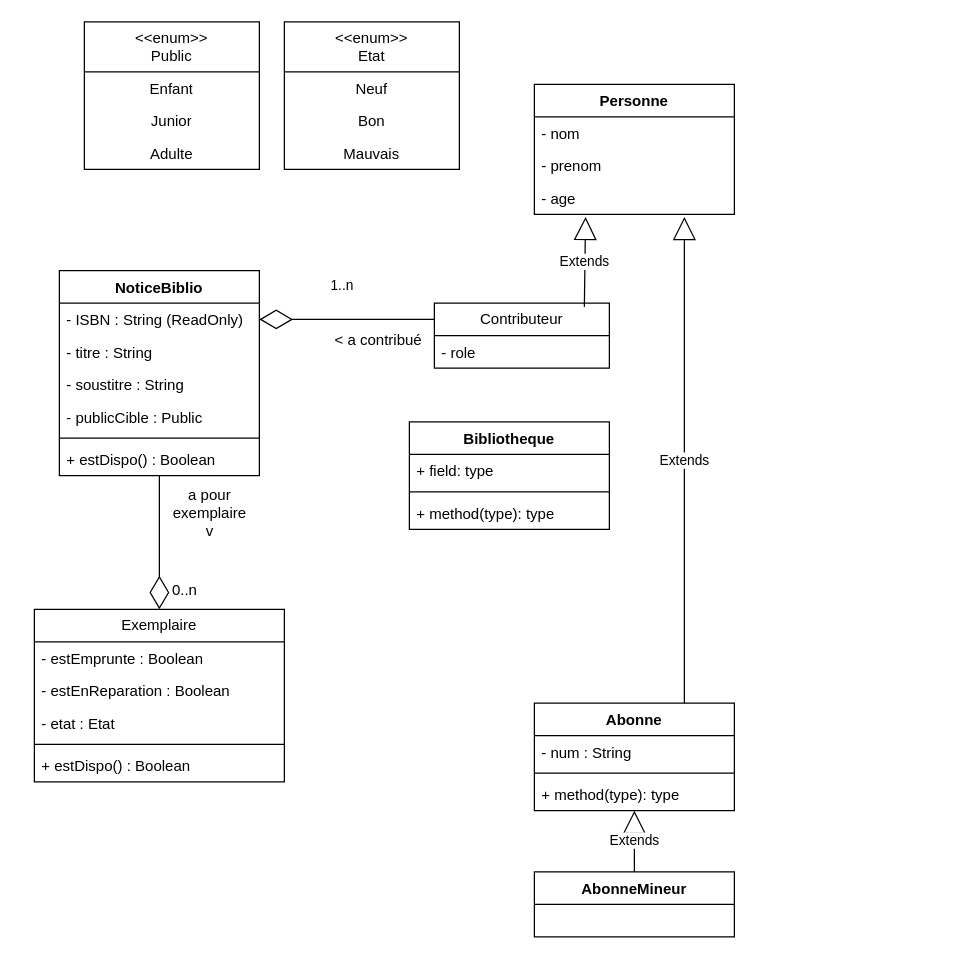
Above: src/TP5/exo2/TD5exo2.drawio in Byxis/HA8403I (draw.io), before the change. Source tidied: cells renumbered, new cells numbered last; positions are measured from the earlier drawing's top-left corner, leaving out a move shared by most shapes. Both pictures are drawn from the tidied source at 125%, with x=0, y=0 at pixel (34, 21).
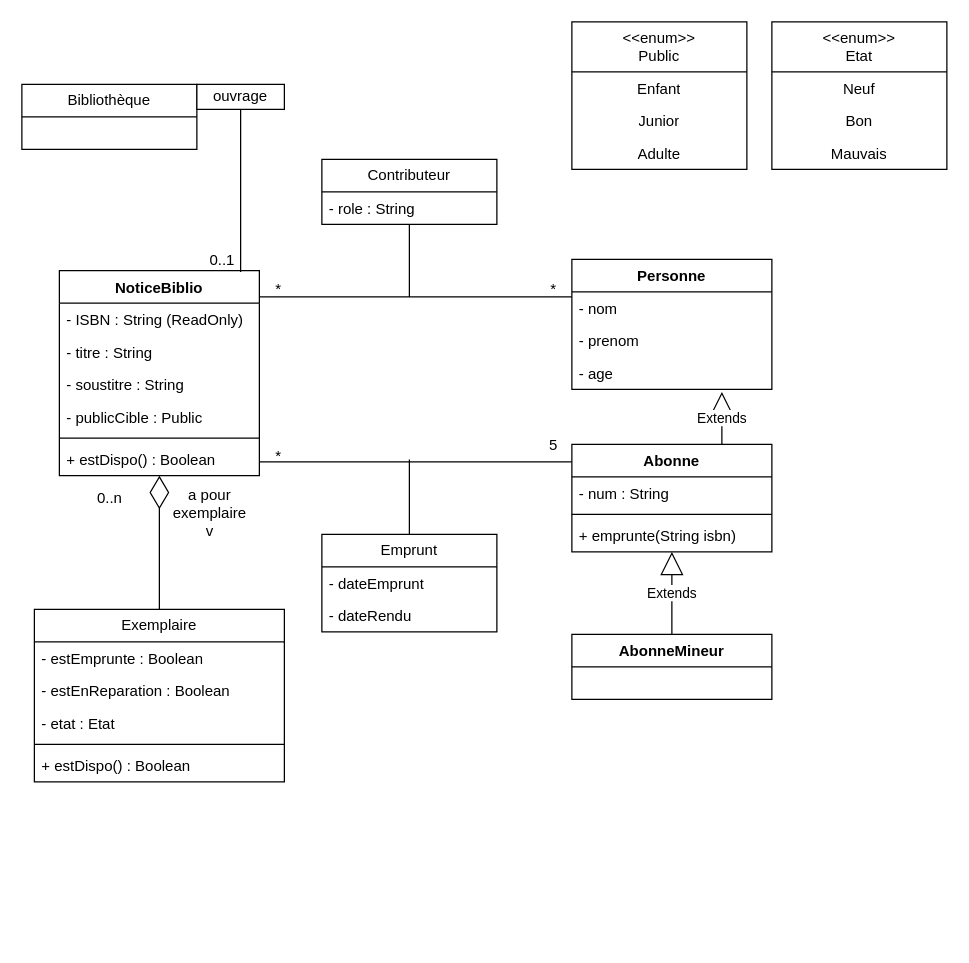
The same diagram, later.

The change refers to these unchanged cells:
```xml
<mxCell id="2" value="NoticeBiblio" style="swimlane;fontStyle=1;align=center;verticalAlign=top;horizontal=1;startSize=26;whiteSpace=wrap;html=1;" parent="1" vertex="1">
  <mxGeometry x="20" y="199" width="160" height="164" as="geometry" />
</mxCell>
<mxCell id="3" value="- ISBN : String (ReadOnly)" style="text;strokeColor=none;fillColor=none;align=left;verticalAlign=top;spacingLeft=4;spacingRight=4;overflow=hidden;points=[[0,0.5],[1,0.5]];portConstraint=eastwest;whiteSpace=wrap;html=1;" parent="2" vertex="1">
  <mxGeometry y="26" width="160" height="26" as="geometry" />
</mxCell>
<mxCell id="8" value="+ estDispo() : Boolean" style="text;strokeColor=none;fillColor=none;align=left;verticalAlign=top;spacingLeft=4;spacingRight=4;overflow=hidden;points=[[0,0.5],[1,0.5]];portConstraint=eastwest;whiteSpace=wrap;html=1;" parent="2" vertex="1">
  <mxGeometry y="138" width="160" height="26" as="geometry" />
</mxCell>
<mxCell id="12" value="- age" style="text;strokeColor=none;fillColor=none;align=left;verticalAlign=top;spacingLeft=4;spacingRight=4;overflow=hidden;points=[[0,0.5],[1,0.5]];portConstraint=eastwest;whiteSpace=wrap;html=1;" parent="9" vertex="1">
  <mxGeometry y="78" width="160" height="26" as="geometry" />
</mxCell>
<mxCell id="31" value="Exemplaire" style="swimlane;fontStyle=0;horizontal=1;startSize=26;fillColor=none;whiteSpace=wrap;html=1;" parent="1" vertex="1">
  <mxGeometry y="470" width="200" height="138" as="geometry" />
</mxCell>
```

Change to the diagram source:
```diff
@@
     <mxCell id="9" value="Personne" style="swimlane;fontStyle=1;align=center;verticalAlign=top;horizontal=1;startSize=26;whiteSpace=wrap;html=1;" parent="1" vertex="1">
-      <mxGeometry x="400" y="50" width="160" height="104" as="geometry" />
+      <mxGeometry x="430" y="190" width="160" height="104" as="geometry" />
     </mxCell>
@@
-    <mxCell id="13" style="endArrow=diamondThin;endFill=0;endSize=24;html=1;rounded=0;exitX=0;exitY=0.25;exitDx=0;exitDy=0;entryX=1;entryY=0.5;entryDx=0;entryDy=0;" parent="1" edge="1" source="16" target="3">
-      <mxGeometry relative="1" as="geometry" />
-    </mxCell>
-    <mxCell id="14" value="1..n" style="edgeLabel;html=1;align=center;verticalAlign=middle;" parent="13" vertex="1">
-      <mxGeometry x="0.07" y="-3" relative="1" as="geometry">
-        <mxPoint y="-25" as="offset" />
-      </mxGeometry>
-    </mxCell>
-    <mxCell id="15" value="&amp;lt; a contribué" style="text;html=1;align=center;verticalAlign=middle;strokeColor=none;fillColor=none;rotation=0;" parent="1" vertex="1">
-      <mxGeometry x="230" y="240" width="90" height="30" as="geometry" />
-    </mxCell>
-    <mxCell id="16" value="Contributeur" style="swimlane;fontStyle=0;horizontal=1;startSize=26;fillColor=none;whiteSpace=wrap;html=1;" parent="1" vertex="1">
-      <mxGeometry x="320" y="225" width="140" height="52" as="geometry" />
-    </mxCell>
-    <mxCell id="17" value="- role" style="text;strokeColor=none;fillColor=none;align=left;verticalAlign=top;spacingLeft=4;spacingRight=4;overflow=hidden;whiteSpace=wrap;html=1;" parent="16" vertex="1">
-      <mxGeometry y="26" width="140" height="26" as="geometry" />
-    </mxCell>
-    <mxCell id="18" value="Extends" style="endArrow=block;endSize=16;endFill=0;html=1;rounded=0;exitX=0.857;exitY=0.058;exitDx=0;exitDy=0;entryX=0.256;entryY=1.077;entryDx=0;entryDy=0;entryPerimeter=0;exitPerimeter=0;" parent="1" edge="1" source="16" target="12">
-      <mxGeometry relative="1" as="geometry" />
-    </mxCell>
     <mxCell id="19" value="&amp;lt;&amp;lt;enum&amp;gt;&amp;gt;&lt;br&gt;Public" style="swimlane;fontStyle=0;horizontal=1;startSize=40;fillColor=none;whiteSpace=wrap;html=1;" parent="1" vertex="1">
-      <mxGeometry x="40" width="140" height="118" as="geometry" />
+      <mxGeometry x="430" width="140" height="118" as="geometry" />
     </mxCell>
@@
     <mxCell id="23" value="Abonne" style="swimlane;fontStyle=1;align=center;verticalAlign=top;horizontal=1;startSize=26;whiteSpace=wrap;html=1;" parent="1" vertex="1">
-      <mxGeometry x="400" y="545" width="160" height="86" as="geometry" />
+      <mxGeometry x="430" y="338" width="160" height="86" as="geometry" />
     </mxCell>
@@
-    <mxCell id="26" value="+ method(type): type" style="text;strokeColor=none;fillColor=none;align=left;verticalAlign=top;spacingLeft=4;spacingRight=4;overflow=hidden;points=[[0,0.5],[1,0.5]];portConstraint=eastwest;whiteSpace=wrap;html=1;" parent="23" vertex="1">
+    <mxCell id="26" value="+ emprunte(String isbn)" style="text;strokeColor=none;fillColor=none;align=left;verticalAlign=top;spacingLeft=4;spacingRight=4;overflow=hidden;points=[[0,0.5],[1,0.5]];portConstraint=eastwest;whiteSpace=wrap;html=1;" parent="23" vertex="1">
       <mxGeometry y="60" width="160" height="26" as="geometry" />
     </mxCell>
@@
     <mxCell id="28" value="AbonneMineur" style="swimlane;fontStyle=1;align=center;verticalAlign=top;horizontal=1;startSize=26;whiteSpace=wrap;html=1;" parent="1" vertex="1">
-      <mxGeometry x="400" y="680" width="160" height="52" as="geometry" />
+      <mxGeometry x="430" y="490" width="160" height="52" as="geometry" />
     </mxCell>
@@
     <mxCell id="37" value="&amp;lt;&amp;lt;enum&amp;gt;&amp;gt; &lt;br&gt;Etat" style="swimlane;fontStyle=0;horizontal=1;startSize=40;fillColor=none;whiteSpace=wrap;html=1;" parent="1" vertex="1">
-      <mxGeometry x="200" width="140" height="118" as="geometry" />
+      <mxGeometry x="590" width="140" height="118" as="geometry" />
     </mxCell>
@@
-    <mxCell id="41" style="endArrow=diamondThin;endFill=0;endSize=24;html=1;rounded=0;exitX=0.5;exitY=1;exitDx=0;exitDy=0;entryX=0.5;entryY=0;entryDx=0;entryDy=0;" parent="1" edge="1" source="2" target="31">
+    <mxCell id="41" style="endArrow=diamondThin;endFill=0;endSize=24;html=1;rounded=0;exitX=0.5;exitY=0;exitDx=0;exitDy=0;" parent="1" edge="1" source="31" target="8">
       <mxGeometry relative="1" as="geometry" />
     </mxCell>
     <mxCell id="42" value="0..n" style="text;html=1;align=center;verticalAlign=middle;strokeColor=none;fillColor=none;" parent="1" vertex="1">
-      <mxGeometry x="100" y="440" width="40" height="30" as="geometry" />
+      <mxGeometry x="40" y="366" width="40" height="30" as="geometry" />
     </mxCell>
@@
-    <mxCell id="44" value="Bibliotheque" style="swimlane;fontStyle=1;align=center;verticalAlign=top;horizontal=1;startSize=26;whiteSpace=wrap;html=1;" parent="1" vertex="1">
-      <mxGeometry x="300" y="320" width="160" height="86" as="geometry" />
-    </mxCell>
-    <mxCell id="45" value="+ field: type" style="text;strokeColor=none;fillColor=none;align=left;verticalAlign=top;spacingLeft=4;spacingRight=4;overflow=hidden;whiteSpace=wrap;html=1;" parent="44" vertex="1">
-      <mxGeometry y="26" width="160" height="26" as="geometry" />
-    </mxCell>
-    <mxCell id="46" style="line;strokeWidth=1;fillColor=none;align=left;verticalAlign=middle;spacingTop=-1;spacingLeft=3;spacingRight=3;labelPosition=right;strokeColor=inherit;" parent="44" vertex="1">
-      <mxGeometry y="52" width="160" height="8" as="geometry" />
-    </mxCell>
-    <mxCell id="47" value="+ method(type): type" style="text;strokeColor=none;fillColor=none;align=left;verticalAlign=top;spacingLeft=4;spacingRight=4;overflow=hidden;whiteSpace=wrap;html=1;" parent="44" vertex="1">
-      <mxGeometry y="60" width="160" height="26" as="geometry" />
-    </mxCell>
+    <mxCell id="48" style="line;strokeWidth=1;fillColor=none;align=left;verticalAlign=middle;spacingTop=-1;spacingLeft=3;spacingRight=3;labelPosition=right;strokeColor=inherit;" parent="1" vertex="1">
+      <mxGeometry x="180" y="216" width="250" height="8" as="geometry" />
+    </mxCell>
+    <mxCell id="16" value="Contributeur" style="swimlane;fontStyle=0;horizontal=1;startSize=26;fillColor=none;whiteSpace=wrap;html=1;" parent="1" vertex="1">
+      <mxGeometry x="230" y="110" width="140" height="52" as="geometry" />
+    </mxCell>
+    <mxCell id="49" value="- role : String" style="text;strokeColor=none;fillColor=none;align=left;verticalAlign=top;spacingLeft=4;spacingRight=4;overflow=hidden;whiteSpace=wrap;html=1;" parent="16" vertex="1">
+      <mxGeometry y="26" width="140" height="26" as="geometry" />
+    </mxCell>
+    <mxCell id="50" style="line;strokeWidth=1;fillColor=none;align=left;verticalAlign=middle;spacingTop=-1;spacingLeft=3;spacingRight=3;labelPosition=right;strokeColor=inherit;" parent="1" vertex="1">
+      <mxGeometry x="180" y="350" width="250" height="4" as="geometry" />
+    </mxCell>
+    <mxCell id="51" style="line;strokeWidth=1;direction=south;html=1;" parent="1" vertex="1">
+      <mxGeometry x="295" y="350" width="10" height="60" as="geometry" />
+    </mxCell>
+    <mxCell id="52" style="line;strokeWidth=1;direction=south;html=1;" parent="1" vertex="1">
+      <mxGeometry x="295" y="162" width="10" height="58" as="geometry" />
+    </mxCell>
+    <mxCell id="53" value="Emprunt" style="swimlane;fontStyle=0;horizontal=1;startSize=26;fillColor=none;whiteSpace=wrap;html=1;" parent="1" vertex="1">
+      <mxGeometry x="230" y="410" width="140" height="78" as="geometry" />
+    </mxCell>
+    <mxCell id="54" value="- dateEmprunt" style="text;strokeColor=none;fillColor=none;align=left;verticalAlign=top;spacingLeft=4;spacingRight=4;overflow=hidden;whiteSpace=wrap;html=1;" parent="53" vertex="1">
+      <mxGeometry y="26" width="140" height="26" as="geometry" />
+    </mxCell>
+    <mxCell id="55" value="- dateRendu" style="text;strokeColor=none;fillColor=none;align=left;verticalAlign=top;spacingLeft=4;spacingRight=4;overflow=hidden;whiteSpace=wrap;html=1;" parent="53" vertex="1">
+      <mxGeometry y="52" width="140" height="26" as="geometry" />
+    </mxCell>
+    <mxCell id="56" value="*" style="text;html=1;align=center;verticalAlign=middle;strokeColor=none;fillColor=none;" parent="1" vertex="1">
+      <mxGeometry x="180" y="199" width="30" height="30" as="geometry" />
+    </mxCell>
+    <mxCell id="57" value="*" style="text;html=1;align=center;verticalAlign=middle;strokeColor=none;fillColor=none;" parent="1" vertex="1">
+      <mxGeometry x="400" y="199" width="30" height="30" as="geometry" />
+    </mxCell>
+    <mxCell id="58" value="*" style="text;html=1;align=center;verticalAlign=middle;strokeColor=none;fillColor=none;" parent="1" vertex="1">
+      <mxGeometry x="180" y="333" width="30" height="30" as="geometry" />
+    </mxCell>
+    <mxCell id="59" value="5" style="text;html=1;align=center;verticalAlign=middle;strokeColor=none;fillColor=none;" parent="1" vertex="1">
+      <mxGeometry x="400" y="324" width="30" height="30" as="geometry" />
+    </mxCell>
+    <mxCell id="60" value="Bibliothèque" style="swimlane;fontStyle=0;horizontal=1;startSize=26;fillColor=none;whiteSpace=wrap;html=1;" parent="1" vertex="1">
+      <mxGeometry x="-10" y="50" width="140" height="52" as="geometry" />
+    </mxCell>
+    <mxCell id="61" value="ouvrage" style="html=1;whiteSpace=wrap;" parent="1" vertex="1">
+      <mxGeometry x="130" y="50" width="70" height="20" as="geometry" />
+    </mxCell>
+    <mxCell id="62" style="line;strokeWidth=1;direction=south;html=1;" parent="1" vertex="1">
+      <mxGeometry x="160" y="70" width="10" height="130" as="geometry" />
+    </mxCell>
+    <mxCell id="63" value="0..1" style="text;html=1;align=center;verticalAlign=middle;strokeColor=none;fillColor=none;" parent="1" vertex="1">
+      <mxGeometry x="130" y="176" width="40" height="30" as="geometry" />
+    </mxCell>
```
